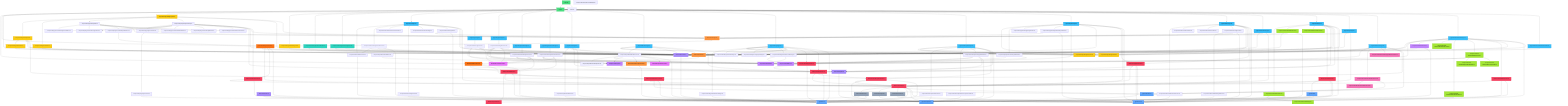
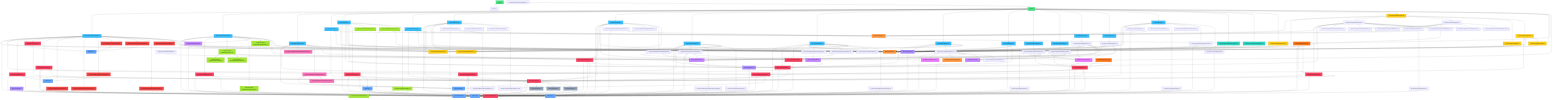
graph TD
    %% Entry Point
    main["main.tsx"]
    app["App.tsx"]

    %% Types
    user["types/user.ts"]
    music["types/music.ts"]
    sub["types/subscription.ts"]
    notifType["types/notification.ts"]
    artistType["types/artist.ts"]
+     ticketType["types/ticket.ts"]
+     auditType["types/audit.ts"]

    %% Constants
    routes["lib/constants/routes.ts"]
    plans["lib/constants/plans.ts"]
    roles["lib/constants/roles.ts"]

    %% Context
    authCtx["lib/context/AuthContext.tsx"]
    playerCtx["lib/context/PlayerContext.tsx"]

    %% Hooks
    useAuth["lib/hooks/useAuth.ts"]
    usePlayer["lib/hooks/usePlayer.ts"]
    useSubLimits["lib/hooks/useSubscriptionLimits.ts"]

    %% Services
    storage["lib/services/storage.ts"]
    authSvc["lib/services/authService.ts"]
    userSvc["lib/services/userService.ts"]
    subSvc["lib/services/subscriptionService.ts"]
    streamSvc["lib/services/streamService.ts"]
    playlistSvc["lib/services/playlistService.ts"]
    settingsSvc["lib/services/settingsService.ts"]
    passwordSvc["lib/services/password.ts"]
    notifSvc["lib/services/notificationService.ts"]
    artistSvc["lib/services/artistService.ts"]
    artistWorkSvc["lib/services/artistWorkService.ts"]
+     adminSvc["lib/services/adminService.ts"]
+     ticketSvc["lib/services/ticketService.ts"]
+     auditSvc["lib/services/auditService.ts"]

    %% Mock Data
    mockUsers["lib/mockData/users.ts"]
    mockPlans["lib/mockData/plans.ts"]
    mockMusic["lib/mockData/music.ts"]

    %% Validation
    authSchema["lib/validation/authSchemas.ts"]
    profileSchema["lib/validation/profileSchemas.ts"]

    %% Layout Components
    appLayout["components/layout/AppLayout.tsx"]
    authLayout["components/layout/AuthLayout.tsx"]
    topNav["components/layout/TopNav.tsx"]
    sidebar["components/layout/Sidebar.tsx"]
    navItems["components/layout/navItems.ts"]
    pageHeader["components/layout/PageHeader.tsx"]
    pageShell["components/layout/PageShell.tsx"]

    %% Routing Components
    protectedRoute["components/routing/ProtectedRoute.tsx"]
    guestRoute["components/routing/GuestOnlyRoute.tsx"]

    %% UI Components
    button["components/ui/Button.tsx"]
    input["components/ui/Input.tsx"]
    modal["components/ui/Modal.tsx"]
    roleGuard["components/ui/RoleGuard.tsx"]

    %% Auth Components
    loginForm["components/auth/LoginForm.tsx"]
    registerForm["components/auth/RegisterForm.tsx"]
    artistRegForm["components/auth/ArtistRegisterForm.tsx"]
    forgotPwForm["components/auth/ForgotPasswordForm.tsx"]

    %% Home Components
    albumCard["components/home/AlbumCard.tsx"]
    playlistCard["components/home/PlaylistCard.tsx"]
    songRow["components/home/SongRow.tsx"]
    sectionHeading["components/home/SectionHeading.tsx"]
    hScroll["components/home/HorizontalCardScroller.tsx"]
    earlyBanner["components/home/EarlyAccessBanner.tsx"]

    %% Player Components
    playerBar["components/player/PlayerBar.tsx"]
    playerOverlay["components/player/PlayerOverlay.tsx"]
    queuePanel["components/player/QueuePanel.tsx"]
    queueItem["components/player/QueueItem.tsx"]
    playPause["components/player/controls/PlayPauseButton.tsx"]
    progressBar["components/player/controls/ProgressBar.tsx"]
    repeatBtn["components/player/controls/RepeatButton.tsx"]
    shuffleBtn["components/player/controls/ShuffleButton.tsx"]
    skipBtn["components/player/controls/SkipButton.tsx"]
    volCtrl["components/player/controls/VolumeControl.tsx"]

    %% Album Components
    albumCardArchive["components/albums/AlbumCardArchive.tsx"]
    singleCard["components/albums/SingleCard.tsx"]
    searchBar["components/albums/SearchBar.tsx"]
    filterSort["components/albums/FilterSortBar.tsx"]
    addToPlaylist["components/albums/AddToPlaylistMenu.tsx"]

    %% Playlist Components
    createPlaylistModal["components/playlists/CreatePlaylistModal.tsx"]
    emptyPlaylist["components/playlists/EmptyPlaylistState.tsx"]
    playlistExpandable["components/playlists/PlaylistCardExpandable.tsx"]

    %% Profile Components
    profileCard["components/profile/ProfileCard.tsx"]
    editProfileForm["components/profile/EditProfileForm.tsx"]
    avatarUploader["components/profile/AvatarUploader.tsx"]
    followBtn["components/profile/FollowButton.tsx"]

    %% Settings Components
    notifSettings["components/settings/NotificationSettings.tsx"]
    soundSettings["components/settings/SoundSettings.tsx"]
    langSettings["components/settings/LanguageSettings.tsx"]
    deleteDialog["components/settings/DeleteAccountDialog.tsx"]

    %% Subscription Components
    planCard["components/subscription/PlanCard.tsx"]
    planTable["components/subscription/PlanComparisonTable.tsx"]
    upgradeModal["components/subscription/UpgradeModal.tsx"]
    limitBadge["components/subscription/LimitBadge.tsx"]

    %% Notification Components
    notifCard["components/notifications/NotificationCard.tsx"]
    notifList["components/notifications/NotificationList.tsx"]
    notifEmpty["components/notifications/EmptyNotificationsState.tsx"]

    %% Artist Components
    artistHeader["components/artist/ArtistHeader.tsx"]
    verifiedBadge["components/artist/VerifiedBadge.tsx"]
    artistWorks["components/artist/ArtistWorksList.tsx"]
    artistStats["components/artist/ArtistStatsPanel.tsx"]

    %% Artist Dashboard Components
    artistDashStats["components/artist-dashboard/ArtistStatsCards.tsx"]
    artistDashTable["components/artist-dashboard/ArtistWorksTable.tsx"]
    workForm["components/artist-dashboard/WorkForm.tsx"]
    uploadAudio["components/artist-dashboard/UploadAudioMock.tsx"]
    coverUploader["components/artist-dashboard/CoverUploader.tsx"]
+ 
+     %% Admin Components
+     adminSidebar["components/admin/AdminSidebar.tsx"]
+     artistVerifyTable["components/admin/ArtistVerificationTable.tsx"]
+     supportTicketsTable["components/admin/SupportTicketsTable.tsx"]
+     ticketChatBox["components/admin/TicketChatBox.tsx"]
+     auditPaymentsTable["components/admin/AuditPaymentsTable.tsx"]
+     subPriceForm["components/admin/SubscriptionPriceForm.tsx"]
+     revenueCharts["components/admin/RevenueCharts.tsx"]

    %% Pages
    homePage["pages/HomePage.tsx"]
    loginPage["pages/LoginPage.tsx"]
    registerPage["pages/RegisterPage.tsx"]
    artistRegPage["pages/RegisterArtistPage.tsx"]
    forgotPwPage["pages/ForgotPasswordPage.tsx"]
    profilePage["pages/ProfilePage.tsx"]
    editProfilePage["pages/EditProfilePage.tsx"]
    settingsPage["pages/SettingsPage.tsx"]
    subPage["pages/SubscriptionPage.tsx"]
    playlistsPage["pages/PlaylistsPage.tsx"]
    albumsPage["pages/AlbumsPage.tsx"]
    albumDetailPage["pages/AlbumDetailPage.tsx"]
    artistPage["pages/ArtistPage.tsx"]
    playerPage["pages/PlayerPage.tsx"]
    artistDash["pages/ArtistDashboardPage.tsx"]
-     adminDash["pages/AdminDashboardPlaceholder.tsx"]
+     adminDash["pages/AdminDashboardPage.tsx"]
    notifPage["pages/NotificationsPage.tsx"]

    %% === ENTRY FLOW ===
    main --> app
    main --> indexCss["index.css"]
    app --> authCtx
    app --> playerCtx
    app --> routes
    app --> appLayout
    app --> authLayout
    app --> protectedRoute
    app --> guestRoute
    app --> homePage
    app --> loginPage
    app --> registerPage
    app --> artistRegPage
    app --> forgotPwPage
    app --> profilePage
    app --> editProfilePage
    app --> settingsPage
    app --> subPage
    app --> playlistsPage
    app --> albumsPage
    app --> albumDetailPage
    app --> artistPage
    app --> playerPage
    app --> notifPage
    app --> artistDash
    app --> adminDash

    %% === CONTEXT DEPENDENCIES ===
    authCtx --> authSvc
    authCtx --> userSvc
    authCtx --> notifSvc
    authCtx --> user
    playerCtx --> useAuth
    playerCtx --> storage
    playerCtx --> streamSvc
    playerCtx --> music

    %% === HOOKS ===
    useAuth --> authCtx
    usePlayer --> playerCtx
    useSubLimits --> plans
    useSubLimits --> user

    %% === SERVICE DEPENDENCIES ===
    authSvc --> passwordSvc
    authSvc --> storage
    authSvc --> notifSvc
    authSvc --> user
    userSvc --> storage
    userSvc --> subSvc
    userSvc --> user
    subSvc --> storage
    subSvc --> sub
    subSvc --> user
    streamSvc --> storage
    streamSvc --> user
    playlistSvc --> storage
    playlistSvc --> plans
    playlistSvc --> music
    playlistSvc --> user
    settingsSvc --> userSvc
    settingsSvc --> user
    notifSvc --> storage
    notifSvc --> notifType
    notifSvc --> user
    storage --> mockUsers
    storage --> mockPlans
    storage --> mockMusic
    storage --> user
    storage --> sub
    storage --> music
    storage --> notifType
    mockUsers --> passwordSvc
    mockUsers --> user
    mockPlans --> sub
    mockMusic --> music

    %% === CONSTANTS ===
    plans --> sub
    roles --> user
    routes --> user

    %% === LAYOUT COMPONENTS ===
    appLayout --> topNav
    appLayout --> sidebar
    appLayout --> playerBar
    appLayout --> playerOverlay
    appLayout --> useAuth
    appLayout --> usePlayer
    topNav --> navItems
    topNav --> routes
    topNav --> useAuth
    topNav --> notifSvc
    sidebar --> routes
    authLayout --> routes
    navItems --> routes

    %% === ROUTING ===
    protectedRoute --> routes
    protectedRoute --> useAuth
    guestRoute --> routes
    guestRoute --> useAuth

    %% === UI ===
    roleGuard --> useAuth
    roleGuard --> user

    %% === AUTH FORMS ===
    loginForm --> button
    loginForm --> input
    loginForm --> routes
    loginForm --> useAuth
    loginForm --> authSchema
    registerForm --> button
    registerForm --> input
    registerForm --> modal
    registerForm --> routes
    registerForm --> useAuth
    registerForm --> authSchema
    artistRegForm --> button
    artistRegForm --> input
    artistRegForm --> authSvc
    artistRegForm --> authSchema
    forgotPwForm --> button
    forgotPwForm --> input
    forgotPwForm --> authSvc
    forgotPwForm --> authSchema

    %% === PLAYER ===
    playerBar --> playPause
    playerBar --> progressBar
    playerBar --> repeatBtn
    playerBar --> shuffleBtn
    playerBar --> skipBtn
    playerBar --> volCtrl
    playerBar --> usePlayer
    playerOverlay --> queuePanel
    playerOverlay --> playPause
    playerOverlay --> progressBar
    playerOverlay --> repeatBtn
    playerOverlay --> shuffleBtn
    playerOverlay --> skipBtn
    playerOverlay --> volCtrl
    playerOverlay --> plans
    playerOverlay --> useAuth
    playerOverlay --> usePlayer
    playerOverlay --> streamSvc
    queuePanel --> queueItem
    queuePanel --> usePlayer
    queueItem --> music
    repeatBtn --> playerCtx
    songRow --> usePlayer
    songRow --> music

    %% === HOME ===
    earlyBanner --> albumCard
    earlyBanner --> routes
    earlyBanner --> useAuth
    earlyBanner --> music
    albumCard --> music
    playlistCard --> music

    %% === ALBUMS ===
    singleCard --> addToPlaylist
    singleCard --> usePlayer
    singleCard --> music
    addToPlaylist --> music
    albumCardArchive --> music

    %% === PLAYLISTS ===
    playlistExpandable --> usePlayer
    playlistExpandable --> music
    createPlaylistModal --> button
    createPlaylistModal --> modal

    %% === PROFILE ===
    editProfileForm --> avatarUploader
    editProfileForm --> button
    editProfileForm --> input
    editProfileForm --> useSubLimits
    editProfileForm --> profileSchema
    editProfileForm --> user
    profileCard --> user
    followBtn --> button

    %% === SETTINGS ===
    notifSettings --> user
    deleteDialog --> button
    deleteDialog --> modal

    %% === SUBSCRIPTION ===
    planCard --> sub
    planTable --> sub
    upgradeModal --> button
    upgradeModal --> modal
    upgradeModal --> plans
    upgradeModal --> sub

    %% === NOTIFICATIONS ===
    notifCard --> notifType
    notifList --> notifCard
    notifList --> notifType
    notifPage --> pageHeader
    notifPage --> pageShell
    notifPage --> button
    notifPage --> notifList
    notifPage --> notifEmpty
    notifPage --> useAuth
    notifPage --> notifSvc
    notifPage --> notifType

    %% === ARTIST SYSTEM ===
    artistSvc --> storage
    artistSvc --> artistType
    artistSvc --> user
    artistSvc --> music
    artistType --> user
    artistType --> music
    artistHeader --> verifiedBadge
    artistHeader --> user
    artistWorks --> routes
    artistWorks --> usePlayer
    artistWorks --> music
    artistPage --> artistHeader
    artistPage --> artistWorks
    artistPage --> artistStats
    artistPage --> artistSvc
    artistPage --> plans
    artistPage --> routes
    artistPage --> useAuth
    artistPage --> userSvc
    artistPage --> user

    %% === ARTIST DASHBOARD ===
    artistWorkSvc --> storage
    artistWorkSvc --> music
    artistWorkSvc --> user
    workForm --> button
    workForm --> input
    workForm --> uploadAudio
    workForm --> coverUploader
    artistDashTable --> music
    artistDash --> pageHeader
    artistDash --> pageShell
    artistDash --> button
    artistDash --> roleGuard
    artistDash --> artistDashStats
    artistDash --> artistDashTable
    artistDash --> workForm
    artistDash --> artistWorkSvc
    artistDash --> useAuth
    artistDash --> music
+ 
+     %% === ADMIN SYSTEM ===
+     adminSvc --> storage
+     adminSvc --> notifSvc
+     adminSvc --> passwordSvc
+     adminSvc --> user
+     ticketSvc --> storage
+     ticketSvc --> ticketType
+     auditSvc --> storage
+     auditSvc --> auditType
+     auditSvc --> user
+     auditSvc --> music
+     artistVerifyTable --> user
+     supportTicketsTable --> ticketType
+     ticketChatBox --> ticketType
+     auditPaymentsTable --> auditType
+     subPriceForm --> sub
+     revenueCharts --> sub
+     adminDash --> pageHeader
+     adminDash --> pageShell
+     adminDash --> roleGuard
+     adminDash --> adminSidebar
+     adminDash --> artistVerifyTable
+     adminDash --> supportTicketsTable
+     adminDash --> ticketChatBox
+     adminDash --> auditPaymentsTable
+     adminDash --> subPriceForm
+     adminDash --> revenueCharts
+     adminDash --> adminSvc
+     adminDash --> ticketSvc
+     adminDash --> auditSvc
+     adminDash --> subSvc
+     adminDash --> useAuth
+     adminDash --> user

    %% === PAGES ===
    homePage --> albumCard
    homePage --> earlyBanner
    homePage --> hScroll
    homePage --> playlistCard
    homePage --> sectionHeading
    homePage --> songRow
    homePage --> routes
    homePage --> useAuth
    homePage --> storage
    loginPage --> loginForm
    registerPage --> registerForm
    artistRegPage --> artistRegForm
    forgotPwPage --> forgotPwForm
    profilePage --> profileCard
    profilePage --> routes
    profilePage --> useAuth
    profilePage --> userSvc
    profilePage --> user
    editProfilePage --> pageHeader
    editProfilePage --> pageShell
    editProfilePage --> editProfileForm
    editProfilePage --> routes
    editProfilePage --> useAuth
    editProfilePage --> userSvc
    settingsPage --> pageHeader
    settingsPage --> pageShell
    settingsPage --> notifSettings
    settingsPage --> soundSettings
    settingsPage --> langSettings
    settingsPage --> deleteDialog
    settingsPage --> routes
    settingsPage --> useAuth
    settingsPage --> settingsSvc
    settingsPage --> userSvc
    settingsPage --> user
    subPage --> pageHeader
    subPage --> pageShell
    subPage --> planCard
    subPage --> planTable
    subPage --> upgradeModal
    subPage --> useAuth
    subPage --> subSvc
    subPage --> userSvc
    subPage --> sub
    playlistsPage --> pageHeader
    playlistsPage --> createPlaylistModal
    playlistsPage --> emptyPlaylist
    playlistsPage --> playlistExpandable
    playlistsPage --> button
    playlistsPage --> useAuth
    playlistsPage --> playlistSvc
    playlistsPage --> storage
    playlistsPage --> music
    albumsPage --> albumCardArchive
    albumsPage --> filterSort
    albumsPage --> searchBar
    albumsPage --> singleCard
    albumsPage --> pageHeader
    albumsPage --> useAuth
    albumsPage --> playlistSvc
    albumsPage --> storage
    albumsPage --> music
    albumDetailPage --> routes
    albumDetailPage --> usePlayer
    albumDetailPage --> storage
    artistPage --> routes
    playerPage --> routes
    playerPage --> usePlayer
    playerPage --> storage
    artistDash --> routes
    adminDash --> routes

    %% === STYLING ===
    classDef entry fill:#4ade80,stroke:#16a34a,color:#000
    classDef type fill:#60a5fa,stroke:#2563eb,color:#000
    classDef constant fill:#a78bfa,stroke:#7c3aed,color:#000
    classDef context fill:#f97316,stroke:#ea580c,color:#000
    classDef hook fill:#fb923c,stroke:#f97316,color:#000
    classDef service fill:#f43f5e,stroke:#e11d48,color:#000
    classDef mock fill:#94a3b8,stroke:#64748b,color:#000
    classDef validation fill:#e879f9,stroke:#c026d3,color:#000
    classDef layout fill:#facc15,stroke:#ca8a04,color:#000
    classDef routing fill:#2dd4bf,stroke:#0d9488,color:#000
    classDef ui fill:#c084fc,stroke:#9333ea,color:#000
    classDef notifComp fill:#f472b6,stroke:#ec4899,color:#000
    classDef artistComp fill:#a3e635,stroke:#65a30d,color:#000
+     classDef adminComp fill:#ef4444,stroke:#dc2626,color:#000
    classDef page fill:#38bdf8,stroke:#0284c7,color:#000

    class main,app entry
-     class user,music,sub,notifType,artistType type
+     class user,music,sub,notifType,artistType,ticketType,auditType type
    class routes,plans,roles constant
    class authCtx,playerCtx context
    class useAuth,usePlayer,useSubLimits hook
-     class storage,authSvc,userSvc,subSvc,streamSvc,playlistSvc,settingsSvc,passwordSvc,notifSvc,artistSvc,artistWorkSvc service
+     class storage,authSvc,userSvc,subSvc,streamSvc,playlistSvc,settingsSvc,passwordSvc,notifSvc,artistSvc,artistWorkSvc,adminSvc,ticketSvc,auditSvc service
    class mockUsers,mockPlans,mockMusic mock
    class authSchema,profileSchema validation
    class appLayout,authLayout,topNav,sidebar,navItems,pageHeader,pageShell layout
    class protectedRoute,guestRoute routing
    class button,input,modal,roleGuard ui
    class notifCard,notifList,notifEmpty notifComp
    class artistHeader,verifiedBadge,artistWorks,artistStats,artistDashStats,artistDashTable,workForm,uploadAudio,coverUploader artistComp
+     class adminSidebar,artistVerifyTable,supportTicketsTable,ticketChatBox,auditPaymentsTable,subPriceForm,revenueCharts adminComp
    class homePage,loginPage,registerPage,artistRegPage,forgotPwPage,profilePage,editProfilePage,settingsPage,subPage,playlistsPage,albumsPage,albumDetailPage,artistPage,playerPage,artistDash,adminDash,notifPage page
